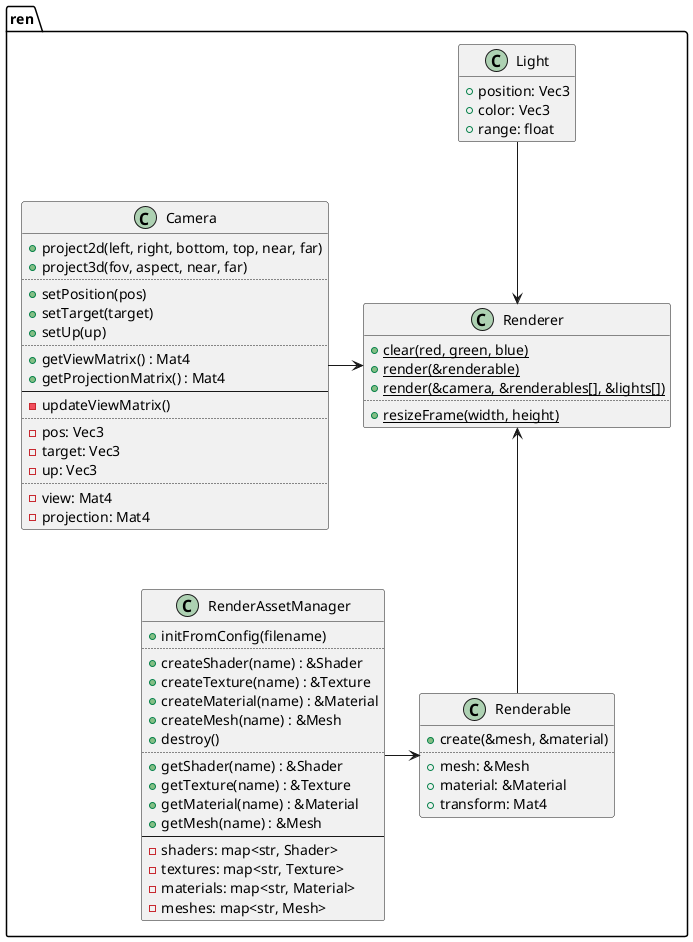
Above: design/renderer.png in ba6er/marblemaze (PlantUML), before the change.
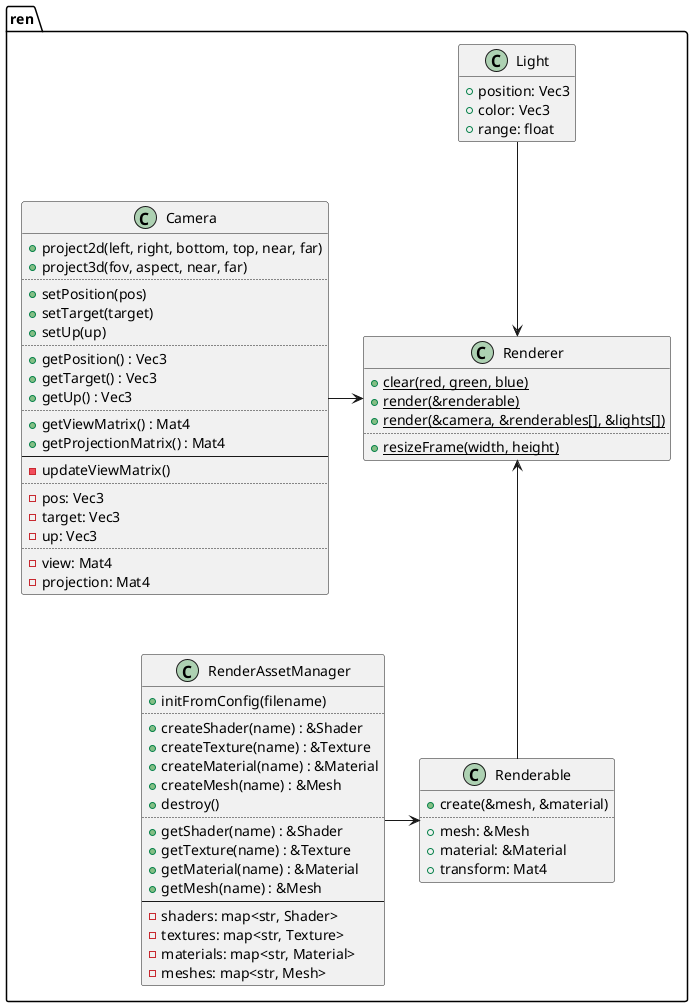
Later version of the same file.

Change to the diagram source:
```diff
@@ -37,6 +37,10 @@
 	+setTarget(target)
 	+setUp(up)
 	..
+	+getPosition() : Vec3
+	+getTarget() : Vec3
+	+getUp() : Vec3
+	..
 	+getViewMatrix() : Mat4
 	+getProjectionMatrix() : Mat4
 	--
```
